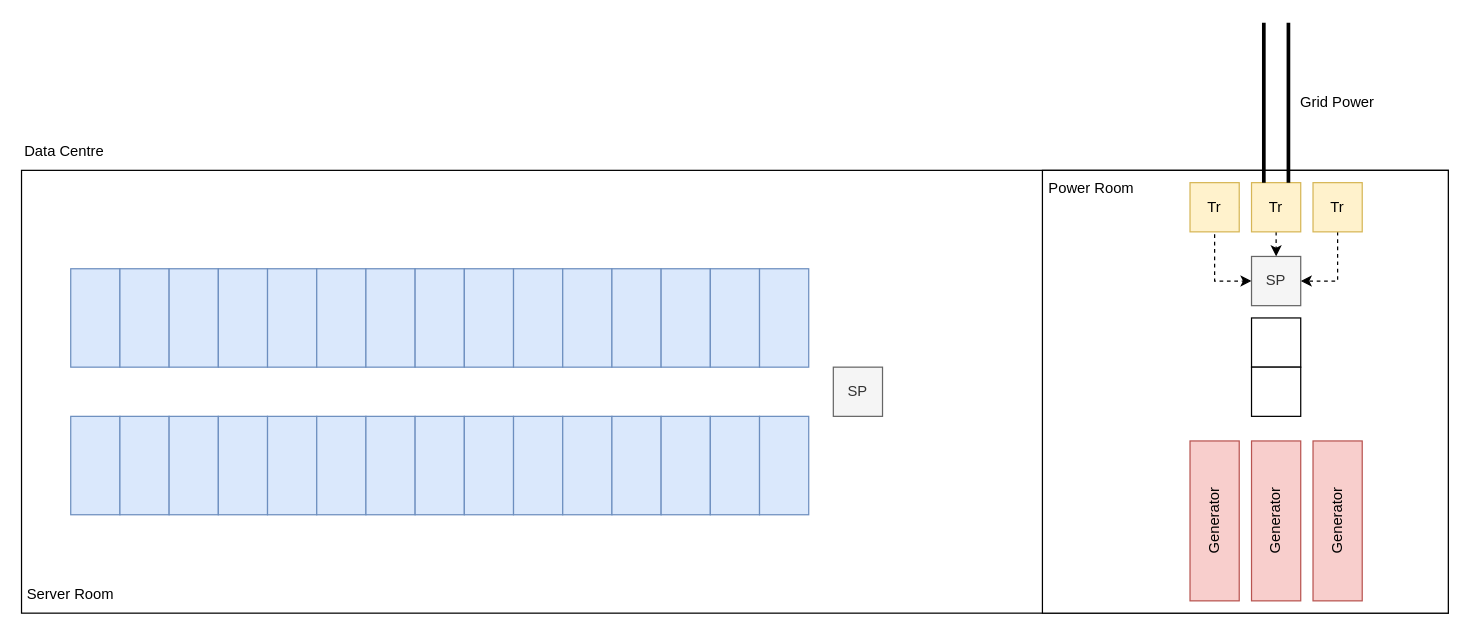
Earlier version of the draw.io diagram Servers.drawio (BenDonovan2002/BS2202). Source tidied: cells renumbered, new cells numbered last; positions are measured from the earlier drawing's top-left corner, leaving out a move shared by most shapes. Both pictures are drawn from the tidied source at 123%, with x=0, y=0 at pixel (21, 22).
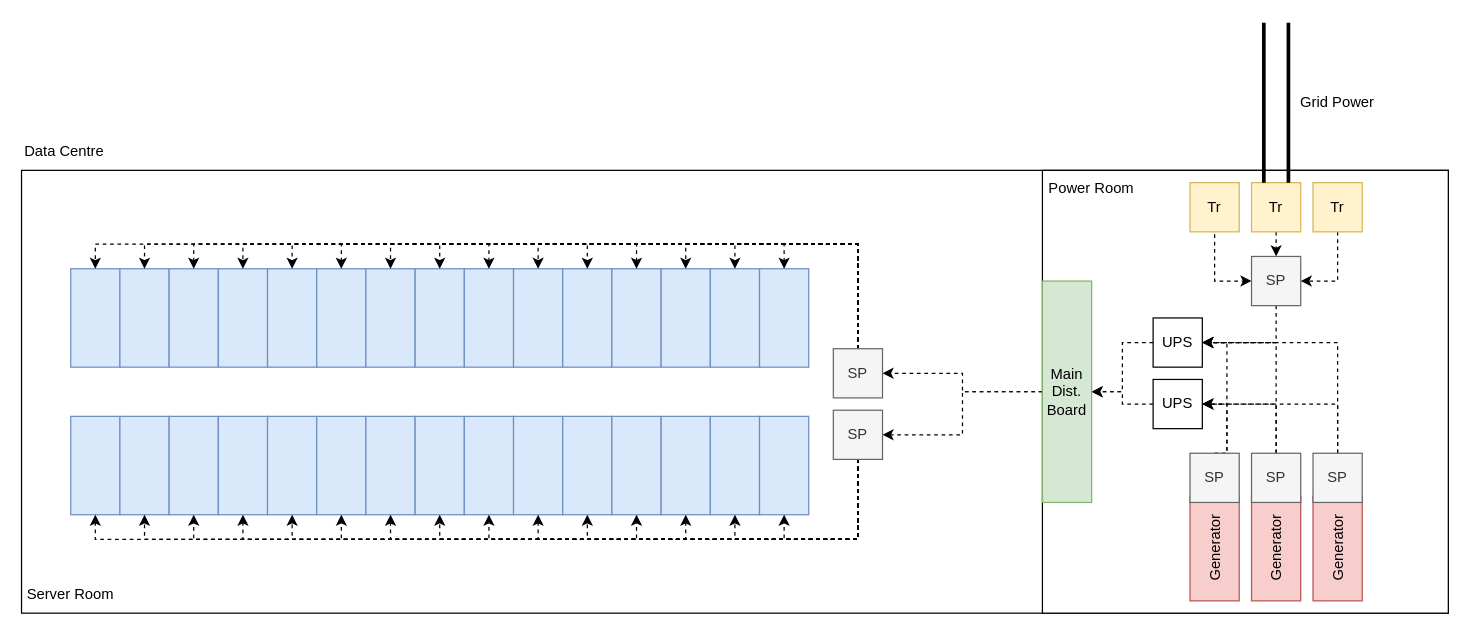
The same diagram, later.

Unchanged cells that the change refers to:
```xml
<mxCell id="4" style="rounded=0;whiteSpace=wrap;html=1;fillColor=#dae8fc;strokeColor=#6c8ebf;" parent="3" vertex="1">
<mxCell id="5" style="rounded=0;whiteSpace=wrap;html=1;fillColor=#dae8fc;strokeColor=#6c8ebf;" parent="3" vertex="1">
<mxCell id="6" style="rounded=0;whiteSpace=wrap;html=1;fillColor=#dae8fc;strokeColor=#6c8ebf;" parent="3" vertex="1">
<mxCell id="7" style="rounded=0;whiteSpace=wrap;html=1;fillColor=#dae8fc;strokeColor=#6c8ebf;" parent="3" vertex="1">
<mxCell id="8" style="rounded=0;whiteSpace=wrap;html=1;fillColor=#dae8fc;strokeColor=#6c8ebf;" parent="3" vertex="1">
<mxCell id="9" style="rounded=0;whiteSpace=wrap;html=1;fillColor=#dae8fc;strokeColor=#6c8ebf;" parent="3" vertex="1">
<mxCell id="10" style="rounded=0;whiteSpace=wrap;html=1;fillColor=#dae8fc;strokeColor=#6c8ebf;" parent="3" vertex="1">
<mxCell id="11" style="rounded=0;whiteSpace=wrap;html=1;fillColor=#dae8fc;strokeColor=#6c8ebf;" parent="3" vertex="1">
<mxCell id="12" style="rounded=0;whiteSpace=wrap;html=1;fillColor=#dae8fc;strokeColor=#6c8ebf;" parent="3" vertex="1">
<mxCell id="13" style="rounded=0;whiteSpace=wrap;html=1;fillColor=#dae8fc;strokeColor=#6c8ebf;" parent="3" vertex="1">
<mxCell id="14" style="rounded=0;whiteSpace=wrap;html=1;fillColor=#dae8fc;strokeColor=#6c8ebf;" parent="3" vertex="1">
<mxCell id="15" style="rounded=0;whiteSpace=wrap;html=1;fillColor=#dae8fc;strokeColor=#6c8ebf;" parent="3" vertex="1">
<mxCell id="16" style="rounded=0;whiteSpace=wrap;html=1;fillColor=#dae8fc;strokeColor=#6c8ebf;" parent="3" vertex="1">
<mxCell id="17" style="rounded=0;whiteSpace=wrap;html=1;fillColor=#dae8fc;strokeColor=#6c8ebf;" parent="3" vertex="1">
<mxCell id="18" style="rounded=0;whiteSpace=wrap;html=1;fillColor=#dae8fc;strokeColor=#6c8ebf;" parent="3" vertex="1">
<mxCell id="19" style="rounded=0;whiteSpace=wrap;html=1;fillColor=#dae8fc;strokeColor=#6c8ebf;" parent="3" vertex="1">
<mxCell id="20" style="rounded=0;whiteSpace=wrap;html=1;fillColor=#dae8fc;strokeColor=#6c8ebf;" parent="3" vertex="1">
<mxCell id="21" style="rounded=0;whiteSpace=wrap;html=1;fillColor=#dae8fc;strokeColor=#6c8ebf;" parent="3" vertex="1">
<mxCell id="22" style="rounded=0;whiteSpace=wrap;html=1;fillColor=#dae8fc;strokeColor=#6c8ebf;" parent="3" vertex="1">
<mxCell id="23" style="rounded=0;whiteSpace=wrap;html=1;fillColor=#dae8fc;strokeColor=#6c8ebf;" parent="3" vertex="1">
<mxCell id="24" style="rounded=0;whiteSpace=wrap;html=1;fillColor=#dae8fc;strokeColor=#6c8ebf;" parent="3" vertex="1">
<mxCell id="25" style="rounded=0;whiteSpace=wrap;html=1;fillColor=#dae8fc;strokeColor=#6c8ebf;" parent="3" vertex="1">
<mxCell id="26" style="rounded=0;whiteSpace=wrap;html=1;fillColor=#dae8fc;strokeColor=#6c8ebf;" parent="3" vertex="1">
<mxCell id="27" style="rounded=0;whiteSpace=wrap;html=1;fillColor=#dae8fc;strokeColor=#6c8ebf;" parent="3" vertex="1">
<mxCell id="28" style="rounded=0;whiteSpace=wrap;html=1;fillColor=#dae8fc;strokeColor=#6c8ebf;" parent="3" vertex="1">
<mxCell id="29" style="rounded=0;whiteSpace=wrap;html=1;fillColor=#dae8fc;strokeColor=#6c8ebf;" parent="3" vertex="1">
<mxCell id="30" style="rounded=0;whiteSpace=wrap;html=1;fillColor=#dae8fc;strokeColor=#6c8ebf;" parent="3" vertex="1">
<mxCell id="31" style="rounded=0;whiteSpace=wrap;html=1;fillColor=#dae8fc;strokeColor=#6c8ebf;" parent="3" vertex="1">
<mxCell id="32" style="rounded=0;whiteSpace=wrap;html=1;fillColor=#dae8fc;strokeColor=#6c8ebf;" parent="3" vertex="1">
<mxCell id="33" style="rounded=0;whiteSpace=wrap;html=1;fillColor=#dae8fc;strokeColor=#6c8ebf;" parent="3" vertex="1">
<mxCell id="50" value="SP" style="rounded=0;whiteSpace=wrap;html=1;fillColor=#f5f5f5;strokeColor=#666666;fontColor=#333333;" parent="1" vertex="1">
```

Change to the diagram source:
```diff
@@
     <mxCell id="41" value="Generator" style="rounded=0;whiteSpace=wrap;html=1;fillColor=#f8cecc;strokeColor=#b85450;rotation=-90;" parent="1" vertex="1">
-      <mxGeometry x="905" y="385" width="130" height="40" as="geometry" />
+      <mxGeometry x="927.5" y="407.5" width="85" height="40" as="geometry" />
     </mxCell>
     <mxCell id="42" value="Generator" style="rounded=0;whiteSpace=wrap;html=1;fillColor=#f8cecc;strokeColor=#b85450;rotation=-90;" parent="1" vertex="1">
-      <mxGeometry x="955" y="385" width="130" height="40" as="geometry" />
+      <mxGeometry x="977.5" y="407.5" width="85" height="40" as="geometry" />
     </mxCell>
     <mxCell id="43" value="Generator" style="rounded=0;whiteSpace=wrap;html=1;fillColor=#f8cecc;strokeColor=#b85450;rotation=-90;" parent="1" vertex="1">
-      <mxGeometry x="1005" y="385" width="130" height="40" as="geometry" />
+      <mxGeometry x="1027.5" y="407.5" width="85" height="40" as="geometry" />
     </mxCell>
@@
+    <mxCell id="54" style="edgeStyle=orthogonalEdgeStyle;rounded=0;jettySize=auto;html=1;exitX=0.5;exitY=1;exitDx=0;exitDy=0;entryX=1;entryY=0.5;entryDx=0;entryDy=0;dashed=1;strokeWidth=1;" parent="1" edge="1" source="50" target="52">
+      <mxGeometry relative="1" as="geometry" />
+    </mxCell>
@@
+    <mxCell id="55" style="edgeStyle=orthogonalEdgeStyle;rounded=0;jettySize=auto;html=1;exitX=0.5;exitY=1;exitDx=0;exitDy=0;entryX=0.5;entryY=1;entryDx=0;entryDy=0;dashed=1;strokeWidth=1;" parent="1" edge="1" source="51" target="19">
+      <mxGeometry relative="1" as="geometry" />
+    </mxCell>
+    <mxCell id="56" style="edgeStyle=orthogonalEdgeStyle;rounded=0;jettySize=auto;html=1;exitX=0.5;exitY=1;exitDx=0;exitDy=0;entryX=0.5;entryY=1;entryDx=0;entryDy=0;dashed=1;strokeWidth=1;" parent="1" edge="1" source="51" target="20">
+      <mxGeometry relative="1" as="geometry" />
+    </mxCell>
+    <mxCell id="57" style="edgeStyle=orthogonalEdgeStyle;rounded=0;jettySize=auto;html=1;exitX=0.5;exitY=1;exitDx=0;exitDy=0;entryX=0.5;entryY=1;entryDx=0;entryDy=0;dashed=1;strokeWidth=1;" parent="1" edge="1" source="51" target="21">
+      <mxGeometry relative="1" as="geometry" />
+    </mxCell>
+    <mxCell id="58" style="edgeStyle=orthogonalEdgeStyle;rounded=0;jettySize=auto;html=1;exitX=0.5;exitY=1;exitDx=0;exitDy=0;entryX=0.5;entryY=1;entryDx=0;entryDy=0;dashed=1;strokeWidth=1;" parent="1" edge="1" source="51" target="22">
+      <mxGeometry relative="1" as="geometry" />
+    </mxCell>
+    <mxCell id="59" style="edgeStyle=orthogonalEdgeStyle;rounded=0;jettySize=auto;html=1;exitX=0.5;exitY=1;exitDx=0;exitDy=0;entryX=0.5;entryY=1;entryDx=0;entryDy=0;dashed=1;strokeWidth=1;" parent="1" edge="1" source="51" target="23">
+      <mxGeometry relative="1" as="geometry" />
+    </mxCell>
+    <mxCell id="60" style="edgeStyle=orthogonalEdgeStyle;rounded=0;jettySize=auto;html=1;exitX=0.5;exitY=1;exitDx=0;exitDy=0;entryX=0.5;entryY=1;entryDx=0;entryDy=0;dashed=1;strokeWidth=1;" parent="1" edge="1" source="51" target="24">
+      <mxGeometry relative="1" as="geometry" />
+    </mxCell>
+    <mxCell id="61" style="edgeStyle=orthogonalEdgeStyle;rounded=0;jettySize=auto;html=1;exitX=0.5;exitY=1;exitDx=0;exitDy=0;entryX=0.5;entryY=1;entryDx=0;entryDy=0;dashed=1;strokeWidth=1;" parent="1" edge="1" source="51" target="25">
+      <mxGeometry relative="1" as="geometry" />
+    </mxCell>
+    <mxCell id="62" style="edgeStyle=orthogonalEdgeStyle;rounded=0;jettySize=auto;html=1;exitX=0.5;exitY=1;exitDx=0;exitDy=0;entryX=0.5;entryY=1;entryDx=0;entryDy=0;dashed=1;strokeWidth=1;" parent="1" edge="1" source="51" target="26">
+      <mxGeometry relative="1" as="geometry" />
+    </mxCell>
+    <mxCell id="63" style="edgeStyle=orthogonalEdgeStyle;rounded=0;jettySize=auto;html=1;exitX=0.5;exitY=1;exitDx=0;exitDy=0;entryX=0.5;entryY=1;entryDx=0;entryDy=0;dashed=1;strokeWidth=1;" parent="1" edge="1" source="51" target="27">
+      <mxGeometry relative="1" as="geometry" />
+    </mxCell>
+    <mxCell id="64" style="edgeStyle=orthogonalEdgeStyle;rounded=0;jettySize=auto;html=1;exitX=0.5;exitY=1;exitDx=0;exitDy=0;entryX=0.5;entryY=1;entryDx=0;entryDy=0;dashed=1;strokeWidth=1;" parent="1" edge="1" source="51" target="28">
+      <mxGeometry relative="1" as="geometry" />
+    </mxCell>
+    <mxCell id="65" style="edgeStyle=orthogonalEdgeStyle;rounded=0;jettySize=auto;html=1;exitX=0.5;exitY=1;exitDx=0;exitDy=0;entryX=0.5;entryY=1;entryDx=0;entryDy=0;dashed=1;strokeWidth=1;" parent="1" edge="1" source="51" target="29">
+      <mxGeometry relative="1" as="geometry" />
+    </mxCell>
+    <mxCell id="66" style="edgeStyle=orthogonalEdgeStyle;rounded=0;jettySize=auto;html=1;exitX=0.5;exitY=1;exitDx=0;exitDy=0;entryX=0.5;entryY=1;entryDx=0;entryDy=0;dashed=1;strokeWidth=1;" parent="1" edge="1" source="51" target="30">
+      <mxGeometry relative="1" as="geometry" />
+    </mxCell>
+    <mxCell id="67" style="edgeStyle=orthogonalEdgeStyle;rounded=0;jettySize=auto;html=1;exitX=0.5;exitY=1;exitDx=0;exitDy=0;entryX=0.5;entryY=1;entryDx=0;entryDy=0;dashed=1;strokeWidth=1;" parent="1" edge="1" source="51" target="31">
+      <mxGeometry relative="1" as="geometry" />
+    </mxCell>
+    <mxCell id="68" style="edgeStyle=orthogonalEdgeStyle;rounded=0;jettySize=auto;html=1;exitX=0.5;exitY=1;exitDx=0;exitDy=0;entryX=0.5;entryY=1;entryDx=0;entryDy=0;dashed=1;strokeWidth=1;" parent="1" edge="1" source="51" target="32">
+      <mxGeometry relative="1" as="geometry" />
+    </mxCell>
+    <mxCell id="69" style="edgeStyle=orthogonalEdgeStyle;rounded=0;jettySize=auto;html=1;exitX=0.5;exitY=1;exitDx=0;exitDy=0;entryX=0.5;entryY=1;entryDx=0;entryDy=0;dashed=1;strokeWidth=1;" parent="1" edge="1" source="51" target="33">
+      <mxGeometry relative="1" as="geometry" />
+    </mxCell>
     <mxCell id="51" value="SP" style="rounded=0;whiteSpace=wrap;html=1;fillColor=#f5f5f5;strokeColor=#666666;fontColor=#333333;" parent="1" vertex="1">
-      <mxGeometry x="660" y="280" width="40" height="40" as="geometry" />
+      <mxGeometry x="660" y="315" width="40" height="40" as="geometry" />
     </mxCell>
+    <mxCell id="70" style="edgeStyle=orthogonalEdgeStyle;rounded=0;jettySize=auto;html=1;exitX=0;exitY=0.5;exitDx=0;exitDy=0;entryX=1;entryY=0.5;entryDx=0;entryDy=0;dashed=1;strokeWidth=1;" parent="1" edge="1" source="52" target="99">
+      <mxGeometry relative="1" as="geometry" />
+    </mxCell>
-    <mxCell id="52" style="rounded=0;whiteSpace=wrap;html=1;" parent="1" vertex="1">
-      <mxGeometry x="1000" y="240" width="40" height="40" as="geometry" />
+    <mxCell id="52" value="UPS" style="rounded=0;whiteSpace=wrap;html=1;" parent="1" vertex="1">
+      <mxGeometry x="920" y="240" width="40" height="40" as="geometry" />
     </mxCell>
+    <mxCell id="71" style="edgeStyle=orthogonalEdgeStyle;rounded=0;jettySize=auto;html=1;exitX=0;exitY=0.5;exitDx=0;exitDy=0;entryX=1;entryY=0.5;entryDx=0;entryDy=0;dashed=1;strokeWidth=1;" parent="1" edge="1" source="53" target="99">
+      <mxGeometry relative="1" as="geometry" />
+    </mxCell>
-    <mxCell id="53" style="rounded=0;whiteSpace=wrap;html=1;" parent="1" vertex="1">
-      <mxGeometry x="1000" y="280" width="40" height="40" as="geometry" />
+    <mxCell id="53" value="UPS" style="rounded=0;whiteSpace=wrap;html=1;" parent="1" vertex="1">
+      <mxGeometry x="920" y="290" width="40" height="40" as="geometry" />
     </mxCell>
+    <mxCell id="72" style="edgeStyle=orthogonalEdgeStyle;rounded=0;jettySize=auto;html=1;exitX=0.5;exitY=0;exitDx=0;exitDy=0;entryX=1;entryY=0.5;entryDx=0;entryDy=0;dashed=1;strokeWidth=1;" parent="1" edge="1" source="74" target="53">
+      <mxGeometry relative="1" as="geometry">
+        <Array as="points">
+          <mxPoint x="980" y="350" />
+          <mxPoint x="980" y="310" />
+        </Array>
+      </mxGeometry>
+    </mxCell>
+    <mxCell id="73" style="edgeStyle=orthogonalEdgeStyle;rounded=0;jettySize=auto;html=1;exitX=0.5;exitY=0;exitDx=0;exitDy=0;entryX=1;entryY=0.5;entryDx=0;entryDy=0;dashed=1;strokeWidth=1;" parent="1" edge="1" source="74" target="52">
+      <mxGeometry relative="1" as="geometry">
+        <Array as="points">
+          <mxPoint x="980" y="350" />
+          <mxPoint x="980" y="260" />
+        </Array>
+      </mxGeometry>
+    </mxCell>
+    <mxCell id="74" value="SP" style="rounded=0;whiteSpace=wrap;html=1;fillColor=#f5f5f5;strokeColor=#666666;fontColor=#333333;" parent="1" vertex="1">
+      <mxGeometry x="950" y="350" width="40" height="40" as="geometry" />
+    </mxCell>
+    <mxCell id="75" style="edgeStyle=orthogonalEdgeStyle;rounded=0;jettySize=auto;html=1;exitX=0.5;exitY=0;exitDx=0;exitDy=0;entryX=1;entryY=0.5;entryDx=0;entryDy=0;dashed=1;strokeWidth=1;" parent="1" edge="1" source="77" target="53">
+      <mxGeometry relative="1" as="geometry" />
+    </mxCell>
+    <mxCell id="76" style="edgeStyle=orthogonalEdgeStyle;rounded=0;jettySize=auto;html=1;exitX=0.5;exitY=0;exitDx=0;exitDy=0;entryX=1;entryY=0.5;entryDx=0;entryDy=0;dashed=1;strokeWidth=1;" parent="1" edge="1" source="77" target="52">
+      <mxGeometry relative="1" as="geometry" />
+    </mxCell>
+    <mxCell id="77" value="SP" style="rounded=0;whiteSpace=wrap;html=1;fillColor=#f5f5f5;strokeColor=#666666;fontColor=#333333;" parent="1" vertex="1">
+      <mxGeometry x="1000" y="350" width="40" height="40" as="geometry" />
+    </mxCell>
+    <mxCell id="78" style="edgeStyle=orthogonalEdgeStyle;rounded=0;jettySize=auto;html=1;exitX=0.5;exitY=0;exitDx=0;exitDy=0;entryX=1;entryY=0.5;entryDx=0;entryDy=0;dashed=1;strokeWidth=1;" parent="1" edge="1" source="80" target="53">
+      <mxGeometry relative="1" as="geometry" />
+    </mxCell>
+    <mxCell id="79" style="edgeStyle=orthogonalEdgeStyle;rounded=0;jettySize=auto;html=1;exitX=0.5;exitY=0;exitDx=0;exitDy=0;entryX=1;entryY=0.5;entryDx=0;entryDy=0;dashed=1;strokeWidth=1;" parent="1" edge="1" source="80" target="52">
+      <mxGeometry relative="1" as="geometry" />
+    </mxCell>
+    <mxCell id="80" value="SP" style="rounded=0;whiteSpace=wrap;html=1;fillColor=#f5f5f5;strokeColor=#666666;fontColor=#333333;" parent="1" vertex="1">
+      <mxGeometry x="1050" y="350" width="40" height="40" as="geometry" />
+    </mxCell>
+    <mxCell id="81" style="edgeStyle=orthogonalEdgeStyle;rounded=0;jettySize=auto;html=1;exitX=0.5;exitY=0;exitDx=0;exitDy=0;entryX=0.5;entryY=0;entryDx=0;entryDy=0;dashed=1;strokeWidth=1;" parent="1" edge="1" source="96" target="4">
+      <mxGeometry relative="1" as="geometry" />
+    </mxCell>
+    <mxCell id="82" style="edgeStyle=orthogonalEdgeStyle;rounded=0;jettySize=auto;html=1;exitX=0.5;exitY=0;exitDx=0;exitDy=0;entryX=0.5;entryY=0;entryDx=0;entryDy=0;dashed=1;strokeWidth=1;" parent="1" edge="1" source="96" target="5">
+      <mxGeometry relative="1" as="geometry" />
+    </mxCell>
+    <mxCell id="83" style="edgeStyle=orthogonalEdgeStyle;rounded=0;jettySize=auto;html=1;exitX=0.5;exitY=0;exitDx=0;exitDy=0;entryX=0.5;entryY=0;entryDx=0;entryDy=0;dashed=1;strokeWidth=1;" parent="1" edge="1" source="96" target="6">
+      <mxGeometry relative="1" as="geometry" />
+    </mxCell>
+    <mxCell id="84" style="edgeStyle=orthogonalEdgeStyle;rounded=0;jettySize=auto;html=1;exitX=0.5;exitY=0;exitDx=0;exitDy=0;entryX=0.5;entryY=0;entryDx=0;entryDy=0;dashed=1;strokeWidth=1;" parent="1" edge="1" source="96" target="7">
+      <mxGeometry relative="1" as="geometry" />
+    </mxCell>
+    <mxCell id="85" style="edgeStyle=orthogonalEdgeStyle;rounded=0;jettySize=auto;html=1;exitX=0.5;exitY=0;exitDx=0;exitDy=0;entryX=0.5;entryY=0;entryDx=0;entryDy=0;dashed=1;strokeWidth=1;" parent="1" edge="1" source="96" target="8">
+      <mxGeometry relative="1" as="geometry" />
+    </mxCell>
+    <mxCell id="86" style="edgeStyle=orthogonalEdgeStyle;rounded=0;jettySize=auto;html=1;exitX=0.5;exitY=0;exitDx=0;exitDy=0;entryX=0.5;entryY=0;entryDx=0;entryDy=0;dashed=1;strokeWidth=1;" parent="1" edge="1" source="96" target="9">
+      <mxGeometry relative="1" as="geometry" />
+    </mxCell>
+    <mxCell id="87" style="edgeStyle=orthogonalEdgeStyle;rounded=0;jettySize=auto;html=1;exitX=0.5;exitY=0;exitDx=0;exitDy=0;entryX=0.5;entryY=0;entryDx=0;entryDy=0;dashed=1;strokeWidth=1;" parent="1" edge="1" source="96" target="10">
+      <mxGeometry relative="1" as="geometry" />
+    </mxCell>
+    <mxCell id="88" style="edgeStyle=orthogonalEdgeStyle;rounded=0;jettySize=auto;html=1;exitX=0.5;exitY=0;exitDx=0;exitDy=0;entryX=0.5;entryY=0;entryDx=0;entryDy=0;dashed=1;strokeWidth=1;" parent="1" edge="1" source="96" target="11">
+      <mxGeometry relative="1" as="geometry" />
+    </mxCell>
+    <mxCell id="89" style="edgeStyle=orthogonalEdgeStyle;rounded=0;jettySize=auto;html=1;exitX=0.5;exitY=0;exitDx=0;exitDy=0;entryX=0.5;entryY=0;entryDx=0;entryDy=0;dashed=1;strokeWidth=1;" parent="1" edge="1" source="96" target="12">
+      <mxGeometry relative="1" as="geometry" />
+    </mxCell>
+    <mxCell id="90" style="edgeStyle=orthogonalEdgeStyle;rounded=0;jettySize=auto;html=1;exitX=0.5;exitY=0;exitDx=0;exitDy=0;entryX=0.5;entryY=0;entryDx=0;entryDy=0;dashed=1;strokeWidth=1;" parent="1" edge="1" source="96" target="13">
+      <mxGeometry relative="1" as="geometry" />
+    </mxCell>
+    <mxCell id="91" style="edgeStyle=orthogonalEdgeStyle;rounded=0;jettySize=auto;html=1;exitX=0.5;exitY=0;exitDx=0;exitDy=0;entryX=0.5;entryY=0;entryDx=0;entryDy=0;dashed=1;strokeWidth=1;" parent="1" edge="1" source="96" target="14">
+      <mxGeometry relative="1" as="geometry" />
+    </mxCell>
+    <mxCell id="92" style="edgeStyle=orthogonalEdgeStyle;rounded=0;jettySize=auto;html=1;exitX=0.5;exitY=0;exitDx=0;exitDy=0;entryX=0.5;entryY=0;entryDx=0;entryDy=0;dashed=1;strokeWidth=1;" parent="1" edge="1" source="96" target="15">
+      <mxGeometry relative="1" as="geometry" />
+    </mxCell>
+    <mxCell id="93" style="edgeStyle=orthogonalEdgeStyle;rounded=0;jettySize=auto;html=1;exitX=0.5;exitY=0;exitDx=0;exitDy=0;entryX=0.5;entryY=0;entryDx=0;entryDy=0;dashed=1;strokeWidth=1;" parent="1" edge="1" source="96" target="16">
+      <mxGeometry relative="1" as="geometry" />
+    </mxCell>
+    <mxCell id="94" style="edgeStyle=orthogonalEdgeStyle;rounded=0;jettySize=auto;html=1;exitX=0.5;exitY=0;exitDx=0;exitDy=0;entryX=0.5;entryY=0;entryDx=0;entryDy=0;dashed=1;strokeWidth=1;" parent="1" edge="1" source="96" target="17">
+      <mxGeometry relative="1" as="geometry" />
+    </mxCell>
+    <mxCell id="95" style="edgeStyle=orthogonalEdgeStyle;rounded=0;jettySize=auto;html=1;exitX=0.5;exitY=0;exitDx=0;exitDy=0;entryX=0.5;entryY=0;entryDx=0;entryDy=0;dashed=1;strokeWidth=1;" parent="1" edge="1" source="96" target="18">
+      <mxGeometry relative="1" as="geometry" />
+    </mxCell>
+    <mxCell id="96" value="SP" style="rounded=0;whiteSpace=wrap;html=1;fillColor=#f5f5f5;strokeColor=#666666;fontColor=#333333;" parent="1" vertex="1">
+      <mxGeometry x="660" y="265" width="40" height="40" as="geometry" />
+    </mxCell>
+    <mxCell id="97" style="edgeStyle=orthogonalEdgeStyle;rounded=0;jettySize=auto;html=1;exitX=0;exitY=0.5;exitDx=0;exitDy=0;entryX=1;entryY=0.5;entryDx=0;entryDy=0;dashed=1;strokeWidth=1;" parent="1" edge="1" source="99" target="96">
+      <mxGeometry relative="1" as="geometry" />
+    </mxCell>
+    <mxCell id="98" style="edgeStyle=orthogonalEdgeStyle;rounded=0;jettySize=auto;html=1;exitX=0;exitY=0.5;exitDx=0;exitDy=0;dashed=1;strokeWidth=1;" parent="1" edge="1" source="99" target="51">
+      <mxGeometry relative="1" as="geometry" />
+    </mxCell>
+    <mxCell id="99" value="&lt;div&gt;Main Dist.&lt;/div&gt;&lt;div&gt;Board&lt;br&gt;&lt;/div&gt;" style="rounded=0;whiteSpace=wrap;html=1;fillColor=#d5e8d4;strokeColor=#82b366;" parent="1" vertex="1">
+      <mxGeometry x="830" y="210" width="40" height="180" as="geometry" />
+    </mxCell>
```
